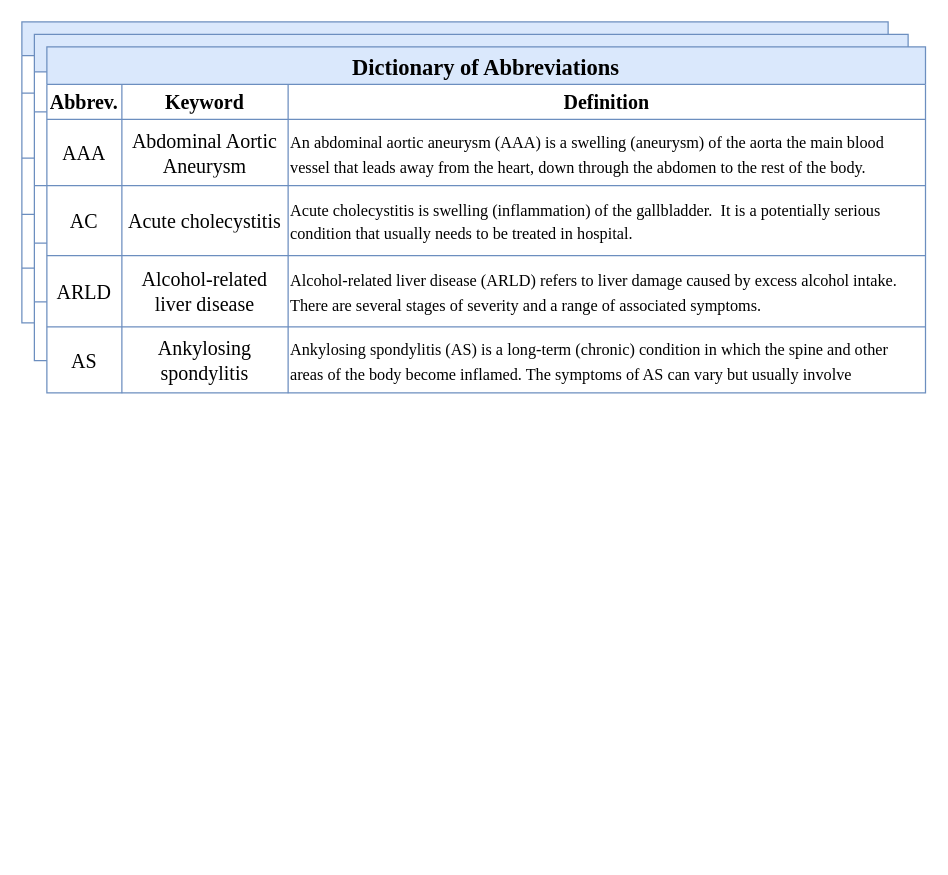
Above: Diagram/Diagram.drawio in lurker18/AI-NLP (draw.io), before the change. Source tidied: cells renumbered, new cells numbered last; positions are measured from the earlier drawing's top-left corner, leaving out a move shared by most shapes. Both pictures are drawn from the tidied source at 125%, with x=0, y=0 at pixel (21, 21).
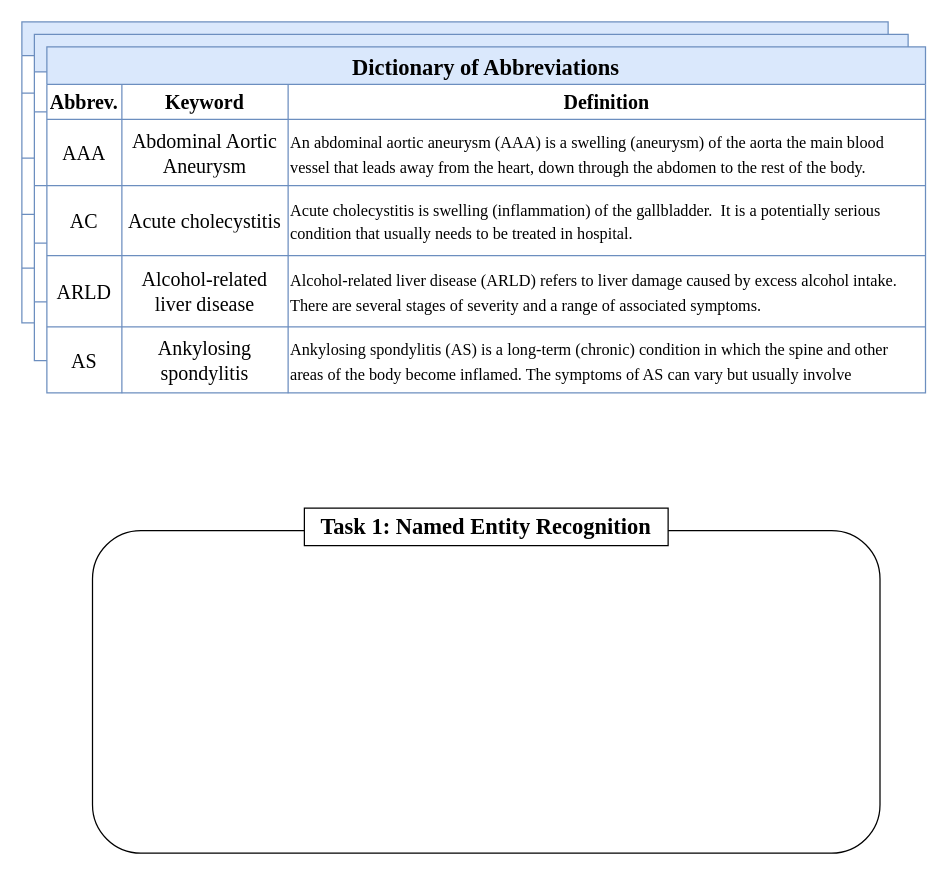
The same diagram, later.

The edit, as a diff of the source:
```diff
@@
+    <mxCell id="65" style="rounded=1;whiteSpace=wrap;html=1;" parent="1" vertex="1">
+      <mxGeometry x="56.5" y="407" width="630" height="258" as="geometry" />
+    </mxCell>
+    <mxCell id="66" value="&lt;font size=&quot;1&quot; face=&quot;Times New Roman&quot;&gt;&lt;b style=&quot;font-size: 18px;&quot;&gt;Task 1: Named Entity Recognition&lt;/b&gt;&lt;/font&gt;" style="text;html=1;strokeColor=default;fillColor=default;align=center;verticalAlign=middle;whiteSpace=wrap;rounded=0;" parent="1" vertex="1">
+      <mxGeometry x="226" y="389" width="291" height="30" as="geometry" />
+    </mxCell>
```
